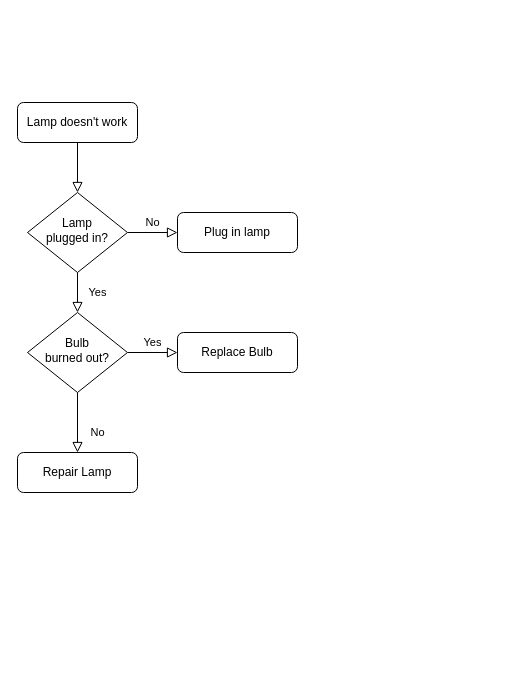
Before: 设置通用模版流程图.drawio in qf2020/drawio, a draw.io diagram. Source tidied: cells renumbered, new cells numbered last; positions are measured from the earlier drawing's top-left corner, leaving out a move shared by most shapes. Both pictures are drawn from the tidied source at 100%, with x=0, y=0 at pixel (17, 102).
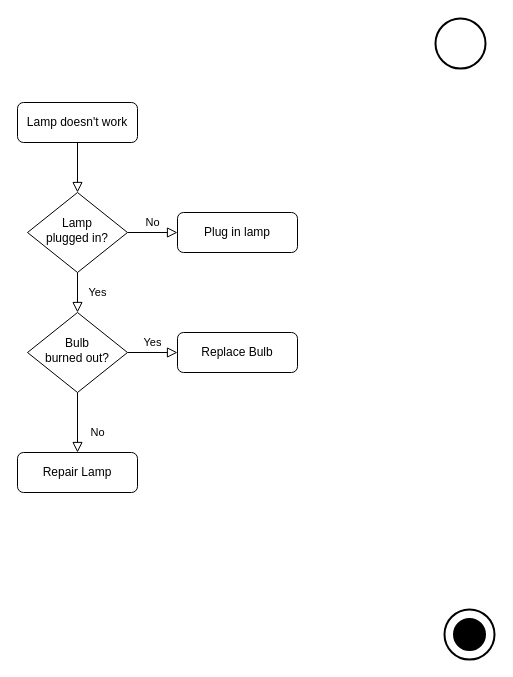
Above is the later version.

Commit message:
更新设置通用模版流程图.drawio

What changed in the source:
```diff
@@
 <mxGraphModel>
   <root>
     <mxCell id="0" />
     <mxCell id="1" parent="0" />
     <mxCell id="2" style="rounded=0;html=1;jettySize=auto;fontSize=11;endArrow=block;endFill=0;endSize=8;strokeWidth=1;shadow=0;labelBackgroundColor=none;edgeStyle=orthogonalEdgeStyle;" parent="1" edge="1" source="3" target="6">
       <mxGeometry relative="1" as="geometry" />
     </mxCell>
     <mxCell id="3" value="Lamp doesn't work" style="rounded=1;whiteSpace=wrap;html=1;fontSize=12;glass=0;strokeWidth=1;shadow=0;" parent="1" vertex="1">
       <mxGeometry width="120" height="40" as="geometry" />
     </mxCell>
     <mxCell id="4" value="Yes" style="rounded=0;html=1;jettySize=auto;fontSize=11;endArrow=block;endFill=0;endSize=8;strokeWidth=1;shadow=0;labelBackgroundColor=none;edgeStyle=orthogonalEdgeStyle;" parent="1" edge="1" source="6" target="10">
       <mxGeometry y="20" relative="1" as="geometry" />
     </mxCell>
     <mxCell id="5" value="No" style="edgeStyle=orthogonalEdgeStyle;rounded=0;html=1;jettySize=auto;fontSize=11;endArrow=block;endFill=0;endSize=8;strokeWidth=1;shadow=0;labelBackgroundColor=none;" parent="1" edge="1" source="6" target="7">
       <mxGeometry y="10" relative="1" as="geometry" />
     </mxCell>
     <mxCell id="6" value="Lamp&lt;br&gt;plugged in?" style="rhombus;whiteSpace=wrap;html=1;shadow=0;fontFamily=Helvetica;fontSize=12;align=center;strokeWidth=1;spacing=6;spacingTop=-4;" parent="1" vertex="1">
       <mxGeometry x="10" y="90" width="100" height="80" as="geometry" />
     </mxCell>
     <mxCell id="7" value="Plug in lamp" style="rounded=1;whiteSpace=wrap;html=1;fontSize=12;glass=0;strokeWidth=1;shadow=0;" parent="1" vertex="1">
       <mxGeometry x="160" y="110" width="120" height="40" as="geometry" />
     </mxCell>
     <mxCell id="8" value="No" style="rounded=0;html=1;jettySize=auto;fontSize=11;endArrow=block;endFill=0;endSize=8;strokeWidth=1;shadow=0;labelBackgroundColor=none;edgeStyle=orthogonalEdgeStyle;" parent="1" edge="1" source="10" target="11">
       <mxGeometry x="0.33" y="20" relative="1" as="geometry" />
     </mxCell>
     <mxCell id="9" value="Yes" style="edgeStyle=orthogonalEdgeStyle;rounded=0;html=1;jettySize=auto;fontSize=11;endArrow=block;endFill=0;endSize=8;strokeWidth=1;shadow=0;labelBackgroundColor=none;" parent="1" edge="1" source="10" target="12">
       <mxGeometry y="10" relative="1" as="geometry" />
     </mxCell>
     <mxCell id="10" value="Bulb&lt;br&gt;burned out?" style="rhombus;whiteSpace=wrap;html=1;shadow=0;fontFamily=Helvetica;fontSize=12;align=center;strokeWidth=1;spacing=6;spacingTop=-4;" parent="1" vertex="1">
       <mxGeometry x="10" y="210" width="100" height="80" as="geometry" />
     </mxCell>
     <mxCell id="11" value="Repair Lamp" style="rounded=1;whiteSpace=wrap;html=1;fontSize=12;glass=0;strokeWidth=1;shadow=0;" parent="1" vertex="1">
       <mxGeometry y="350" width="120" height="40" as="geometry" />
     </mxCell>
     <mxCell id="12" value="Replace Bulb" style="rounded=1;whiteSpace=wrap;html=1;fontSize=12;glass=0;strokeWidth=1;shadow=0;" parent="1" vertex="1">
       <mxGeometry x="160" y="230" width="120" height="40" as="geometry" />
     </mxCell>
+    <mxCell id="13" style="group;" parent="1" vertex="1">
+      <mxGeometry x="427" y="507" width="50" height="50" as="geometry" />
+    </mxCell>
+    <mxCell id="14" style="strokeWidth=2;html=1;shape=mxgraph.flowchart.start_2;whiteSpace=wrap;" parent="13" vertex="1">
+      <mxGeometry width="50" height="50" as="geometry" />
+    </mxCell>
+    <mxCell id="15" style="strokeWidth=2;html=1;shape=mxgraph.flowchart.start_2;whiteSpace=wrap;fillColor=#000000;" parent="13" vertex="1">
+      <mxGeometry x="9.5" y="9.5" width="31" height="31" as="geometry" />
+    </mxCell>
+    <mxCell id="16" style="strokeWidth=2;html=1;shape=mxgraph.flowchart.start_2;whiteSpace=wrap;" parent="1" vertex="1">
+      <mxGeometry x="418" y="-84" width="50" height="50" as="geometry" />
+    </mxCell>
   </root>
 </mxGraphModel>
```
